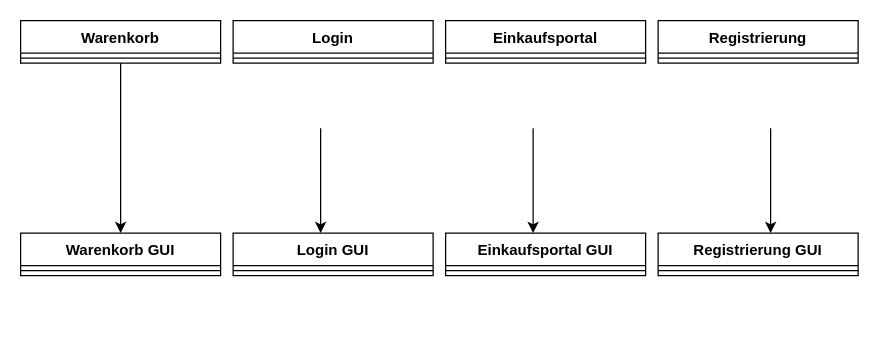
Above: Untitled Diagram.drawio in H3nno/Java-Handelsportal- (draw.io), before the change. Source tidied: cells renumbered, new cells numbered last; positions are measured from the earlier drawing's top-left corner, leaving out a move shared by most shapes. Both pictures are drawn from the tidied source at 125%, with x=0, y=0 at pixel (20, 20).
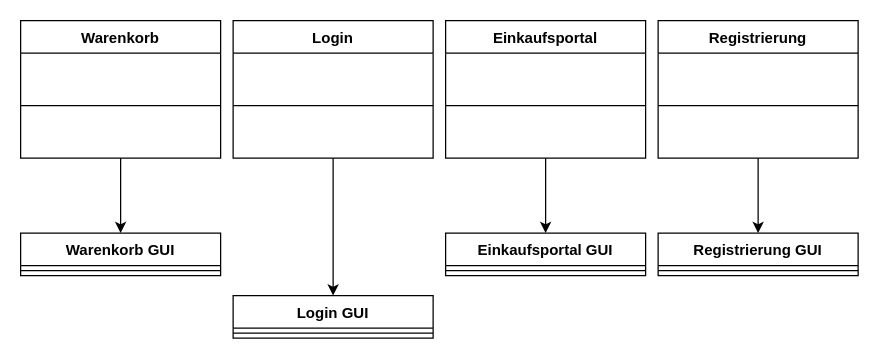
After the change.

The change refers to these unchanged cells:
```xml
<mxCell id="12" value="Einkaufsportal GUI" style="swimlane;fontStyle=1;align=center;verticalAlign=top;horizontal=1;startSize=26;" parent="1" vertex="1">
  <mxGeometry x="340" y="170" width="160" height="34" as="geometry" />
</mxCell>
<mxCell id="16" value="Registrierung GUI " style="swimlane;fontStyle=1;align=center;verticalAlign=top;horizontal=1;startSize=26;" parent="1" vertex="1">
  <mxGeometry x="510" y="170" width="160" height="34" as="geometry" />
</mxCell>
```

The edit, as a diff of the source:
```diff
@@
     <mxCell id="2" value="Login" style="swimlane;fontStyle=1;align=center;verticalAlign=top;horizontal=1;startSize=26;" parent="1" vertex="1">
-      <mxGeometry x="170" width="160" height="34" as="geometry" />
+      <mxGeometry x="170" width="160" height="110" as="geometry" />
     </mxCell>
     <mxCell id="3" style="line;strokeWidth=1;fillColor=none;align=left;verticalAlign=middle;spacingTop=-1;spacingLeft=3;spacingRight=3;labelPosition=right;" parent="2" vertex="1">
-      <mxGeometry y="26" width="160" height="8" as="geometry" />
+      <mxGeometry y="26" width="160" height="84" as="geometry" />
     </mxCell>
     <mxCell id="4" value="Einkaufsportal" style="swimlane;fontStyle=1;align=center;verticalAlign=top;horizontal=1;startSize=26;" parent="1" vertex="1">
-      <mxGeometry x="340" width="160" height="34" as="geometry" />
+      <mxGeometry x="340" width="160" height="110" as="geometry" />
     </mxCell>
     <mxCell id="5" style="line;strokeWidth=1;fillColor=none;align=left;verticalAlign=middle;spacingTop=-1;spacingLeft=3;spacingRight=3;labelPosition=right;" parent="4" vertex="1">
-      <mxGeometry y="26" width="160" height="8" as="geometry" />
+      <mxGeometry y="26" width="160" height="84" as="geometry" />
     </mxCell>
     <mxCell id="6" value="Registrierung" style="swimlane;fontStyle=1;align=center;verticalAlign=top;horizontal=1;startSize=26;" parent="1" vertex="1">
-      <mxGeometry x="510" width="160" height="34" as="geometry" />
+      <mxGeometry x="510" width="160" height="110" as="geometry" />
     </mxCell>
     <mxCell id="7" style="line;strokeWidth=1;fillColor=none;align=left;verticalAlign=middle;spacingTop=-1;spacingLeft=3;spacingRight=3;labelPosition=right;" parent="6" vertex="1">
-      <mxGeometry y="26" width="160" height="8" as="geometry" />
+      <mxGeometry y="26" width="160" height="84" as="geometry" />
     </mxCell>
@@
     <mxCell id="10" value="Login GUI" style="swimlane;fontStyle=1;align=center;verticalAlign=top;horizontal=1;startSize=26;" parent="1" vertex="1">
-      <mxGeometry x="170" y="170" width="160" height="34" as="geometry" />
+      <mxGeometry x="170" y="220" width="160" height="34" as="geometry" />
     </mxCell>
@@
     <mxCell id="14" value="Warenkorb" style="swimlane;fontStyle=1;align=center;verticalAlign=top;horizontal=1;startSize=26;" parent="1" vertex="1">
-      <mxGeometry width="160" height="34" as="geometry" />
+      <mxGeometry width="160" height="110" as="geometry" />
     </mxCell>
     <mxCell id="15" style="line;strokeWidth=1;fillColor=none;align=left;verticalAlign=middle;spacingTop=-1;spacingLeft=3;spacingRight=3;labelPosition=right;" parent="14" vertex="1">
-      <mxGeometry y="26" width="160" height="8" as="geometry" />
+      <mxGeometry y="26" width="160" height="84" as="geometry" />
     </mxCell>
@@
-    <mxCell id="19" style="endArrow=classic;html=1;exitX=0.5;exitY=1;exitDx=0;exitDy=0;" parent="1" edge="1">
-      <mxGeometry relative="1" as="geometry">
-        <mxPoint x="240" y="86" as="sourcePoint" />
-        <mxPoint x="240" y="170" as="targetPoint" />
-      </mxGeometry>
+    <mxCell id="19" style="endArrow=classic;html=1;exitX=0.5;exitY=1;exitDx=0;exitDy=0;entryX=0.5;entryY=0;entryDx=0;entryDy=0;" parent="1" edge="1" source="2" target="10">
+      <mxGeometry relative="1" as="geometry" />
     </mxCell>
-    <mxCell id="20" style="endArrow=classic;html=1;exitX=0.5;exitY=1;exitDx=0;exitDy=0;" parent="1" edge="1">
-      <mxGeometry relative="1" as="geometry">
-        <mxPoint x="410" y="86" as="sourcePoint" />
-        <mxPoint x="410" y="170" as="targetPoint" />
-      </mxGeometry>
+    <mxCell id="20" style="endArrow=classic;html=1;exitX=0.5;exitY=1;exitDx=0;exitDy=0;" parent="1" edge="1" source="4" target="12">
+      <mxGeometry relative="1" as="geometry" />
     </mxCell>
-    <mxCell id="21" style="endArrow=classic;html=1;exitX=0.5;exitY=1;exitDx=0;exitDy=0;" parent="1" edge="1">
-      <mxGeometry relative="1" as="geometry">
-        <mxPoint x="600" y="86" as="sourcePoint" />
-        <mxPoint x="600" y="170" as="targetPoint" />
-      </mxGeometry>
+    <mxCell id="21" style="endArrow=classic;html=1;exitX=0.5;exitY=1;exitDx=0;exitDy=0;entryX=0.5;entryY=0;entryDx=0;entryDy=0;" parent="1" edge="1" source="6" target="16">
+      <mxGeometry relative="1" as="geometry" />
     </mxCell>
```
